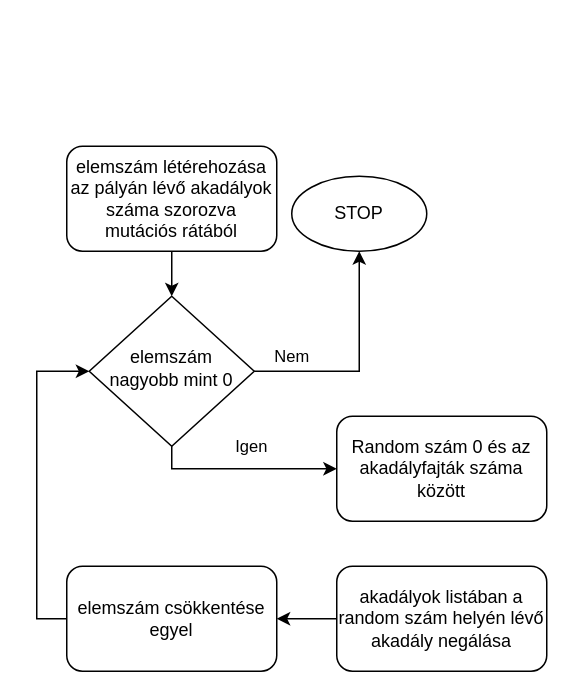
This is Documents/.draw.io/Mutáció folyamatábra.drawio from abelgeringer-beep/TowerDefense, a draw.io file, before an edit. Source tidied: cells renumbered, new cells numbered last; positions are measured from the earlier drawing's top-left corner, leaving out a move shared by most shapes. Both pictures are drawn from the tidied source at 150%, with x=0, y=0 at pixel (66, 146).
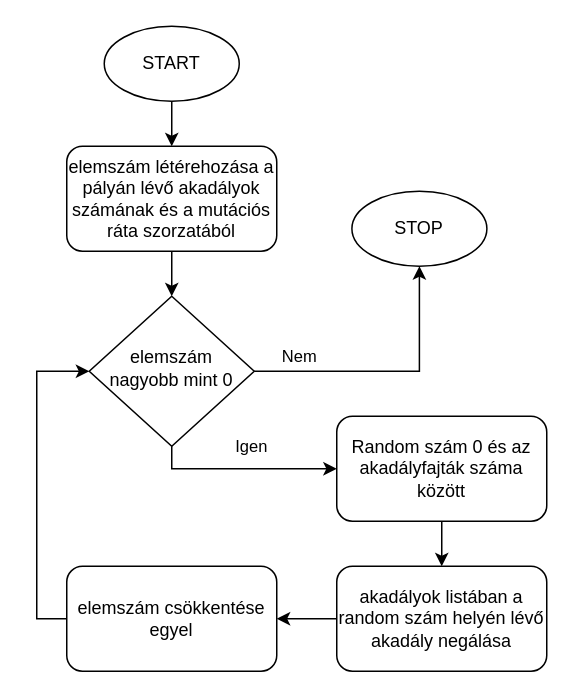
After the change.

Diff of the diagram source:
```diff
@@
 <mxGraphModel>
   <root>
     <mxCell id="0" />
     <mxCell id="1" parent="0" />
     <mxCell id="2" style="edgeStyle=orthogonalEdgeStyle;rounded=0;jettySize=auto;html=1;exitX=0.5;exitY=1;exitDx=0;exitDy=0;entryX=0.5;entryY=0;entryDx=0;entryDy=0;" parent="1" edge="1" source="3" target="6">
       <mxGeometry relative="1" as="geometry" />
     </mxCell>
-    <mxCell id="3" value="elemszám létérehozása az pályán lévő akadályok száma szorozva mutációs rátából" style="rounded=1;whiteSpace=wrap;html=1;fontSize=12;glass=0;strokeWidth=1;shadow=0;" parent="1" vertex="1">
+    <mxCell id="3" value="elemszám létérehozása a pályán lévő akadályok számának és a mutációs ráta szorzatából" style="rounded=1;whiteSpace=wrap;html=1;fontSize=12;glass=0;strokeWidth=1;shadow=0;" parent="1" vertex="1">
       <mxGeometry width="140" height="70" as="geometry" />
     </mxCell>
     <mxCell id="4" value="Nem" style="edgeStyle=orthogonalEdgeStyle;rounded=0;jettySize=auto;html=1;exitX=1;exitY=0.5;exitDx=0;exitDy=0;entryX=0.5;entryY=1;entryDx=0;entryDy=0;" parent="1" edge="1" source="6" target="7">
       <mxGeometry x="-0.67" y="10" relative="1" as="geometry" />
     </mxCell>
     <mxCell id="5" value="Igen" style="edgeStyle=orthogonalEdgeStyle;rounded=0;jettySize=auto;html=1;exitX=0.5;exitY=1;exitDx=0;exitDy=0;" parent="1" edge="1" source="6" target="8">
       <mxGeometry x="0.08" y="15" relative="1" as="geometry">
         <Array as="points">
           <mxPoint x="70" y="210" />
           <mxPoint x="70" y="210" />
         </Array>
       </mxGeometry>
     </mxCell>
     <mxCell id="6" value="elemszám nagyobb mint 0" style="rhombus;whiteSpace=wrap;html=1;shadow=0;fontFamily=Helvetica;fontSize=12;align=center;strokeWidth=1;spacing=6;spacingTop=-4;" parent="1" vertex="1">
       <mxGeometry x="15" y="100" width="110" height="100" as="geometry" />
     </mxCell>
     <mxCell id="7" value="STOP" style="ellipse;whiteSpace=wrap;html=1;" parent="1" vertex="1">
-      <mxGeometry x="150" y="20" width="90" height="50" as="geometry" />
+      <mxGeometry x="190.1" y="30" width="90" height="50" as="geometry" />
     </mxCell>
+    <mxCell id="13" style="edgeStyle=orthogonalEdgeStyle;rounded=0;jettySize=auto;html=1;" parent="1" edge="1" source="8" target="10">
+      <mxGeometry relative="1" as="geometry" />
+    </mxCell>
     <mxCell id="8" value="Random szám 0 és az akadályfajták száma között" style="rounded=1;whiteSpace=wrap;html=1;fontSize=12;glass=0;strokeWidth=1;shadow=0;" parent="1" vertex="1">
       <mxGeometry x="180" y="180" width="140" height="70" as="geometry" />
     </mxCell>
     <mxCell id="9" style="edgeStyle=orthogonalEdgeStyle;rounded=0;jettySize=auto;html=1;exitX=0;exitY=0.5;exitDx=0;exitDy=0;entryX=1;entryY=0.5;entryDx=0;entryDy=0;" parent="1" edge="1" source="10" target="12">
       <mxGeometry relative="1" as="geometry" />
     </mxCell>
     <mxCell id="10" value="akadályok listában a random szám helyén lévő akadály negálása" style="rounded=1;whiteSpace=wrap;html=1;fontSize=12;glass=0;strokeWidth=1;shadow=0;" parent="1" vertex="1">
       <mxGeometry x="180" y="280" width="140" height="70" as="geometry" />
     </mxCell>
     <mxCell id="11" style="edgeStyle=orthogonalEdgeStyle;rounded=0;jettySize=auto;html=1;exitX=0;exitY=0.5;exitDx=0;exitDy=0;entryX=0;entryY=0.5;entryDx=0;entryDy=0;" parent="1" edge="1" source="12" target="6">
       <mxGeometry relative="1" as="geometry" />
     </mxCell>
     <mxCell id="12" value="elemszám csökkentése egyel" style="rounded=1;whiteSpace=wrap;html=1;fontSize=12;glass=0;strokeWidth=1;shadow=0;" parent="1" vertex="1">
       <mxGeometry y="280" width="140" height="70" as="geometry" />
     </mxCell>
+    <mxCell id="14" style="edgeStyle=orthogonalEdgeStyle;rounded=0;jettySize=auto;html=1;" parent="1" edge="1" source="15" target="3">
+      <mxGeometry relative="1" as="geometry" />
+    </mxCell>
+    <mxCell id="15" value="START" style="ellipse;whiteSpace=wrap;html=1;" parent="1" vertex="1">
+      <mxGeometry x="25" y="-80" width="90" height="50" as="geometry" />
+    </mxCell>
   </root>
 </mxGraphModel>
```
